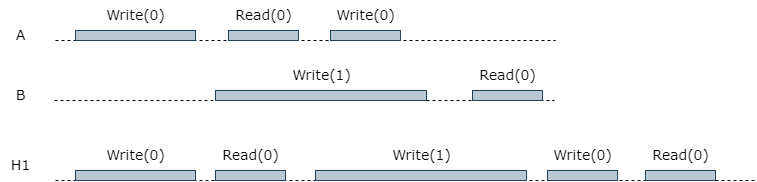
The draw.io diagram distributed_system/执行历史转换成顺序历史示例.drawio.png in guxdong/imgrepo, before a commit. Source tidied: cells renumbered, new cells last; positions are measured from the earlier drawing's top-left corner, leaving out a move shared by most shapes. Source of this version:
```xml
<mxGraphModel>
  <root>
    <mxCell id="0" />
    <mxCell id="1" parent="0" />
    <mxCell id="2" style="endArrow=none;dashed=1;html=1;rounded=0;" parent="1" edge="1">
      <mxGeometry relative="1" as="geometry">
        <mxPoint x="55" y="40" as="sourcePoint" />
        <mxPoint x="555" y="40" as="targetPoint" />
      </mxGeometry>
    </mxCell>
    <mxCell id="3" style="rounded=0;whiteSpace=wrap;html=1;fillColor=#bac8d3;strokeColor=#23445d;" parent="1" vertex="1">
      <mxGeometry x="75" y="30" width="120" height="10" as="geometry" />
    </mxCell>
    <mxCell id="4" style="rounded=0;whiteSpace=wrap;html=1;fillColor=#bac8d3;strokeColor=#23445d;" parent="1" vertex="1">
      <mxGeometry x="228" y="30" width="70" height="10" as="geometry" />
    </mxCell>
    <mxCell id="5" style="rounded=0;whiteSpace=wrap;html=1;fillColor=#bac8d3;strokeColor=#23445d;" parent="1" vertex="1">
      <mxGeometry x="330" y="30" width="70" height="10" as="geometry" />
    </mxCell>
    <mxCell id="6" style="endArrow=none;dashed=1;html=1;rounded=0;" parent="1" edge="1">
      <mxGeometry relative="1" as="geometry">
        <mxPoint x="54" y="100" as="sourcePoint" />
        <mxPoint x="554" y="100" as="targetPoint" />
      </mxGeometry>
    </mxCell>
    <mxCell id="7" style="rounded=0;whiteSpace=wrap;html=1;fillColor=#bac8d3;strokeColor=#23445d;" parent="1" vertex="1">
      <mxGeometry x="215" y="90" width="211" height="10" as="geometry" />
    </mxCell>
    <mxCell id="8" style="rounded=0;whiteSpace=wrap;html=1;fillColor=#bac8d3;strokeColor=#23445d;" parent="1" vertex="1">
      <mxGeometry x="472" y="90" width="70" height="10" as="geometry" />
    </mxCell>
    <mxCell id="9" value="&lt;font style=&quot;font-size: 14px;&quot; face=&quot;Verdana&quot;&gt;Write(0)&lt;/font&gt;" style="text;html=1;align=center;verticalAlign=middle;strokeColor=none;fillColor=none;" parent="1" vertex="1">
      <mxGeometry x="95" width="80" height="30" as="geometry" />
    </mxCell>
    <mxCell id="10" value="&lt;font style=&quot;font-size: 14px;&quot; face=&quot;Verdana&quot;&gt;Read(0)&lt;/font&gt;" style="text;html=1;align=center;verticalAlign=middle;strokeColor=none;fillColor=none;" parent="1" vertex="1">
      <mxGeometry x="223" width="80" height="30" as="geometry" />
    </mxCell>
    <mxCell id="11" value="&lt;font style=&quot;font-size: 14px;&quot; face=&quot;Verdana&quot;&gt;Write(0)&lt;/font&gt;" style="text;html=1;align=center;verticalAlign=middle;strokeColor=none;fillColor=none;" parent="1" vertex="1">
      <mxGeometry x="325" width="80" height="30" as="geometry" />
    </mxCell>
    <mxCell id="12" value="&lt;font style=&quot;font-size: 14px;&quot; face=&quot;Verdana&quot;&gt;Write(1)&lt;/font&gt;" style="text;html=1;align=center;verticalAlign=middle;strokeColor=none;fillColor=none;" parent="1" vertex="1">
      <mxGeometry x="280.5" y="60" width="80" height="30" as="geometry" />
    </mxCell>
    <mxCell id="13" value="&lt;font style=&quot;font-size: 14px;&quot; face=&quot;Verdana&quot;&gt;Read(0)&lt;/font&gt;" style="text;html=1;align=center;verticalAlign=middle;strokeColor=none;fillColor=none;" parent="1" vertex="1">
      <mxGeometry x="467" y="60" width="80" height="30" as="geometry" />
    </mxCell>
    <mxCell id="14" value="&lt;font style=&quot;font-size: 14px;&quot; face=&quot;Verdana&quot;&gt;A&lt;/font&gt;" style="text;html=1;align=center;verticalAlign=middle;strokeColor=none;fillColor=none;" parent="1" vertex="1">
      <mxGeometry x="5" y="20" width="30" height="30" as="geometry" />
    </mxCell>
    <mxCell id="15" value="&lt;font style=&quot;font-size: 14px;&quot; face=&quot;Verdana&quot;&gt;B&lt;/font&gt;" style="text;html=1;align=center;verticalAlign=middle;strokeColor=none;fillColor=none;" parent="1" vertex="1">
      <mxGeometry x="5" y="80" width="30" height="30" as="geometry" />
    </mxCell>
    <mxCell id="16" style="endArrow=none;dashed=1;html=1;rounded=0;" parent="1" edge="1">
      <mxGeometry relative="1" as="geometry">
        <mxPoint x="55" y="180" as="sourcePoint" />
        <mxPoint x="755" y="180" as="targetPoint" />
      </mxGeometry>
    </mxCell>
    <mxCell id="17" style="rounded=0;whiteSpace=wrap;html=1;fillColor=#bac8d3;strokeColor=#23445d;" parent="1" vertex="1">
      <mxGeometry x="75" y="170" width="120" height="10" as="geometry" />
    </mxCell>
    <mxCell id="18" style="rounded=0;whiteSpace=wrap;html=1;fillColor=#bac8d3;strokeColor=#23445d;" parent="1" vertex="1">
      <mxGeometry x="215" y="170" width="70" height="10" as="geometry" />
    </mxCell>
    <mxCell id="19" value="&lt;font style=&quot;font-size: 14px;&quot; face=&quot;Verdana&quot;&gt;Write(0)&lt;/font&gt;" style="text;html=1;align=center;verticalAlign=middle;strokeColor=none;fillColor=none;" parent="1" vertex="1">
      <mxGeometry x="95" y="140" width="80" height="30" as="geometry" />
    </mxCell>
    <mxCell id="20" value="&lt;font style=&quot;font-size: 14px;&quot; face=&quot;Verdana&quot;&gt;Read(0)&lt;/font&gt;" style="text;html=1;align=center;verticalAlign=middle;strokeColor=none;fillColor=none;" parent="1" vertex="1">
      <mxGeometry x="210" y="140" width="80" height="30" as="geometry" />
    </mxCell>
    <mxCell id="21" style="rounded=0;whiteSpace=wrap;html=1;fillColor=#bac8d3;strokeColor=#23445d;" parent="1" vertex="1">
      <mxGeometry x="315" y="170" width="211" height="10" as="geometry" />
    </mxCell>
    <mxCell id="22" value="&lt;font style=&quot;font-size: 14px;&quot; face=&quot;Verdana&quot;&gt;Write(1)&lt;/font&gt;" style="text;html=1;align=center;verticalAlign=middle;strokeColor=none;fillColor=none;" parent="1" vertex="1">
      <mxGeometry x="380.5" y="140" width="80" height="30" as="geometry" />
    </mxCell>
    <mxCell id="23" style="rounded=0;whiteSpace=wrap;html=1;fillColor=#bac8d3;strokeColor=#23445d;" parent="1" vertex="1">
      <mxGeometry x="547" y="170" width="70" height="10" as="geometry" />
    </mxCell>
    <mxCell id="24" value="&lt;font style=&quot;font-size: 14px;&quot; face=&quot;Verdana&quot;&gt;Write(0)&lt;/font&gt;" style="text;html=1;align=center;verticalAlign=middle;strokeColor=none;fillColor=none;" parent="1" vertex="1">
      <mxGeometry x="542" y="140" width="80" height="30" as="geometry" />
    </mxCell>
    <mxCell id="25" style="rounded=0;whiteSpace=wrap;html=1;fillColor=#bac8d3;strokeColor=#23445d;" parent="1" vertex="1">
      <mxGeometry x="645" y="170" width="70" height="10" as="geometry" />
    </mxCell>
    <mxCell id="26" value="&lt;font style=&quot;font-size: 14px;&quot; face=&quot;Verdana&quot;&gt;Read(0)&lt;/font&gt;" style="text;html=1;align=center;verticalAlign=middle;strokeColor=none;fillColor=none;" parent="1" vertex="1">
      <mxGeometry x="640" y="140" width="80" height="30" as="geometry" />
    </mxCell>
    <mxCell id="27" value="&lt;font style=&quot;font-size: 14px;&quot; face=&quot;Verdana&quot;&gt;H1&lt;/font&gt;" style="text;html=1;align=center;verticalAlign=middle;strokeColor=none;fillColor=none;" parent="1" vertex="1">
      <mxGeometry y="150" width="40" height="30" as="geometry" />
    </mxCell>
  </root>
</mxGraphModel>
```
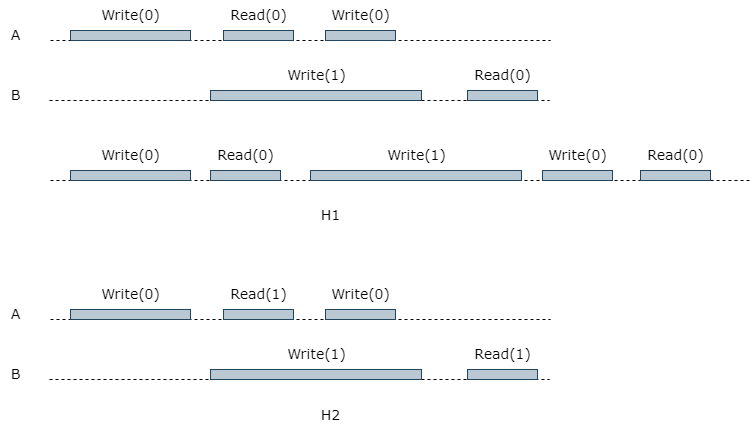
After the commit.

Commit message:
更新执行历史转换成顺序历史示例.drawio.png

The edit, as a diff of the source:
```diff
@@ -87,7 +87,58 @@
       <mxGeometry x="640" y="140" width="80" height="30" as="geometry" />
     </mxCell>
     <mxCell id="27" value="&lt;font style=&quot;font-size: 14px;&quot; face=&quot;Verdana&quot;&gt;H1&lt;/font&gt;" style="text;html=1;align=center;verticalAlign=middle;strokeColor=none;fillColor=none;" parent="1" vertex="1">
-      <mxGeometry y="150" width="40" height="30" as="geometry" />
+      <mxGeometry x="315" y="200" width="40" height="30" as="geometry" />
     </mxCell>
+    <mxCell id="28" style="endArrow=none;dashed=1;html=1;rounded=0;" parent="1" edge="1">
+      <mxGeometry relative="1" as="geometry">
+        <mxPoint x="55" y="319" as="sourcePoint" />
+        <mxPoint x="555" y="319" as="targetPoint" />
+      </mxGeometry>
+    </mxCell>
+    <mxCell id="29" style="rounded=0;whiteSpace=wrap;html=1;fillColor=#bac8d3;strokeColor=#23445d;" parent="1" vertex="1">
+      <mxGeometry x="75" y="309" width="120" height="10" as="geometry" />
+    </mxCell>
+    <mxCell id="30" style="rounded=0;whiteSpace=wrap;html=1;fillColor=#bac8d3;strokeColor=#23445d;" parent="1" vertex="1">
+      <mxGeometry x="228" y="309" width="70" height="10" as="geometry" />
+    </mxCell>
+    <mxCell id="31" style="rounded=0;whiteSpace=wrap;html=1;fillColor=#bac8d3;strokeColor=#23445d;" parent="1" vertex="1">
+      <mxGeometry x="330" y="309" width="70" height="10" as="geometry" />
+    </mxCell>
+    <mxCell id="32" style="endArrow=none;dashed=1;html=1;rounded=0;" parent="1" edge="1">
+      <mxGeometry relative="1" as="geometry">
+        <mxPoint x="54" y="379" as="sourcePoint" />
+        <mxPoint x="554" y="379" as="targetPoint" />
+      </mxGeometry>
+    </mxCell>
+    <mxCell id="33" style="rounded=0;whiteSpace=wrap;html=1;fillColor=#bac8d3;strokeColor=#23445d;" parent="1" vertex="1">
+      <mxGeometry x="215" y="369" width="211" height="10" as="geometry" />
+    </mxCell>
+    <mxCell id="34" style="rounded=0;whiteSpace=wrap;html=1;fillColor=#bac8d3;strokeColor=#23445d;" parent="1" vertex="1">
+      <mxGeometry x="472" y="369" width="70" height="10" as="geometry" />
+    </mxCell>
+    <mxCell id="35" value="&lt;font style=&quot;font-size: 14px;&quot; face=&quot;Verdana&quot;&gt;Write(0)&lt;/font&gt;" style="text;html=1;align=center;verticalAlign=middle;strokeColor=none;fillColor=none;" parent="1" vertex="1">
+      <mxGeometry x="95" y="279" width="80" height="30" as="geometry" />
+    </mxCell>
+    <mxCell id="36" value="&lt;font style=&quot;font-size: 14px;&quot; face=&quot;Verdana&quot;&gt;Read(1)&lt;/font&gt;" style="text;html=1;align=center;verticalAlign=middle;strokeColor=none;fillColor=none;" parent="1" vertex="1">
+      <mxGeometry x="223" y="279" width="80" height="30" as="geometry" />
+    </mxCell>
+    <mxCell id="37" value="&lt;font style=&quot;font-size: 14px;&quot; face=&quot;Verdana&quot;&gt;Write(0)&lt;/font&gt;" style="text;html=1;align=center;verticalAlign=middle;strokeColor=none;fillColor=none;" parent="1" vertex="1">
+      <mxGeometry x="325" y="279" width="80" height="30" as="geometry" />
+    </mxCell>
+    <mxCell id="38" value="&lt;font style=&quot;font-size: 14px;&quot; face=&quot;Verdana&quot;&gt;Write(1)&lt;/font&gt;" style="text;html=1;align=center;verticalAlign=middle;strokeColor=none;fillColor=none;" parent="1" vertex="1">
+      <mxGeometry x="280.5" y="339" width="80" height="30" as="geometry" />
+    </mxCell>
+    <mxCell id="39" value="&lt;font style=&quot;font-size: 14px;&quot; face=&quot;Verdana&quot;&gt;Read(1)&lt;/font&gt;" style="text;html=1;align=center;verticalAlign=middle;strokeColor=none;fillColor=none;" parent="1" vertex="1">
+      <mxGeometry x="467" y="339" width="80" height="30" as="geometry" />
+    </mxCell>
+    <mxCell id="40" value="&lt;font style=&quot;font-size: 14px;&quot; face=&quot;Verdana&quot;&gt;A&lt;/font&gt;" style="text;html=1;align=center;verticalAlign=middle;strokeColor=none;fillColor=none;" parent="1" vertex="1">
+      <mxGeometry x="5" y="299" width="30" height="30" as="geometry" />
+    </mxCell>
+    <mxCell id="41" value="&lt;font style=&quot;font-size: 14px;&quot; face=&quot;Verdana&quot;&gt;B&lt;/font&gt;" style="text;html=1;align=center;verticalAlign=middle;strokeColor=none;fillColor=none;" parent="1" vertex="1">
+      <mxGeometry x="5" y="359" width="30" height="30" as="geometry" />
+    </mxCell>
+    <mxCell id="42" value="&lt;font style=&quot;font-size: 14px;&quot; face=&quot;Verdana&quot;&gt;H2&lt;/font&gt;" style="text;html=1;align=center;verticalAlign=middle;strokeColor=none;fillColor=none;" parent="1" vertex="1">
+      <mxGeometry x="315" y="400" width="40" height="30" as="geometry" />
+    </mxCell>
   </root>
 </mxGraphModel>
```
